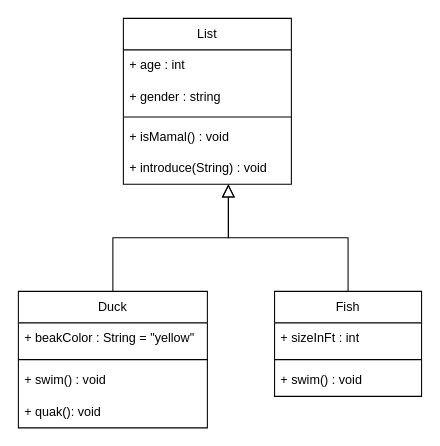
Above: download/java-designpattern/UML/step1.drawio in haji8-thehaji/lecture-java (draw.io), before the change. Source tidied: cells renumbered, new cells numbered last; positions are measured from the earlier drawing's top-left corner, leaving out a move shared by most shapes. Both pictures are drawn from the tidied source at 105%, with x=0, y=0 at pixel (18, 18).
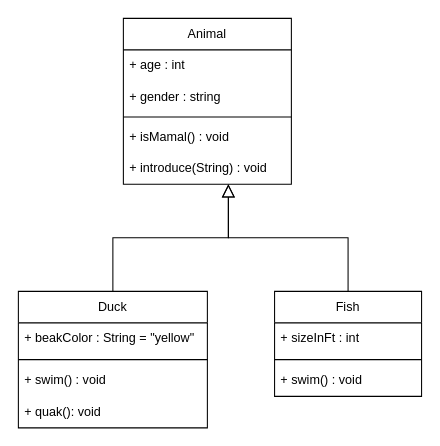
After the change.

Change to the diagram source:
```diff
@@
-    <mxCell id="4" value="List" style="swimlane;fontStyle=0;horizontal=1;startSize=30;whiteSpace=wrap;html=1;" parent="1" vertex="1">
+    <mxCell id="4" value="Animal" style="swimlane;fontStyle=0;horizontal=1;startSize=30;whiteSpace=wrap;html=1;" parent="1" vertex="1">
       <mxGeometry x="100" width="160" height="158" as="geometry" />
     </mxCell>
```
